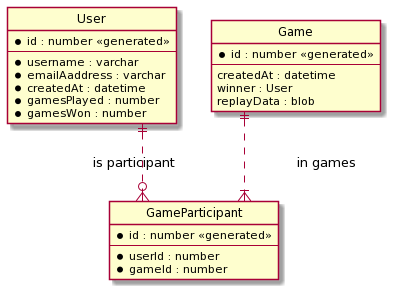
This is diagrams/erd.png from Kool-Kids-Klan/dictators, a PlantUML export, as it was before one commit. Source of this version:
```plantuml
@startuml
hide circle

skinparam linetype ortho

entity "User" as user {
  *id : number <<generated>>
  --
  *username : varchar
  *emailAaddress : varchar
  *createdAt : datetime
  *gamesPlayed : number
  *gamesWon : number
}

entity "Game" as game {
  *id : number <<generated>>
  --
  createdAt : datetime
  winner : User
  replayData : blob
}

entity "GameParticipant" as part {
  *id : number <<generated>>
  --
  *userId : number
  *gameId : number
}


user ||..o{ part : is participant
game ||..|{ part : in games
@enduml
```
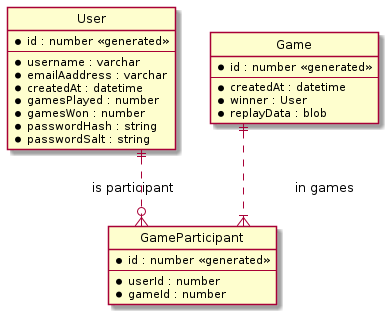
The same diagram one commit later.

Commit message:
added password in erd

The edit, as a diff of the source:
```diff
@@ -1,4 +1,5 @@
-@startuml
+@startuml erd
+
 hide circle
 
 skinparam linetype ortho
@@ -11,14 +12,16 @@
   *createdAt : datetime
   *gamesPlayed : number
   *gamesWon : number
+  *passwordHash : string
+  *passwordSalt : string
 }
 
 entity "Game" as game {
   *id : number <<generated>>
   --
-  createdAt : datetime
-  winner : User
-  replayData : blob
+  *createdAt : datetime
+  *winner : User
+  *replayData : blob
 }
 
 entity "GameParticipant" as part {
@@ -31,4 +34,5 @@
 
 user ||..o{ part : is participant
 game ||..|{ part : in games
+
 @enduml
```
